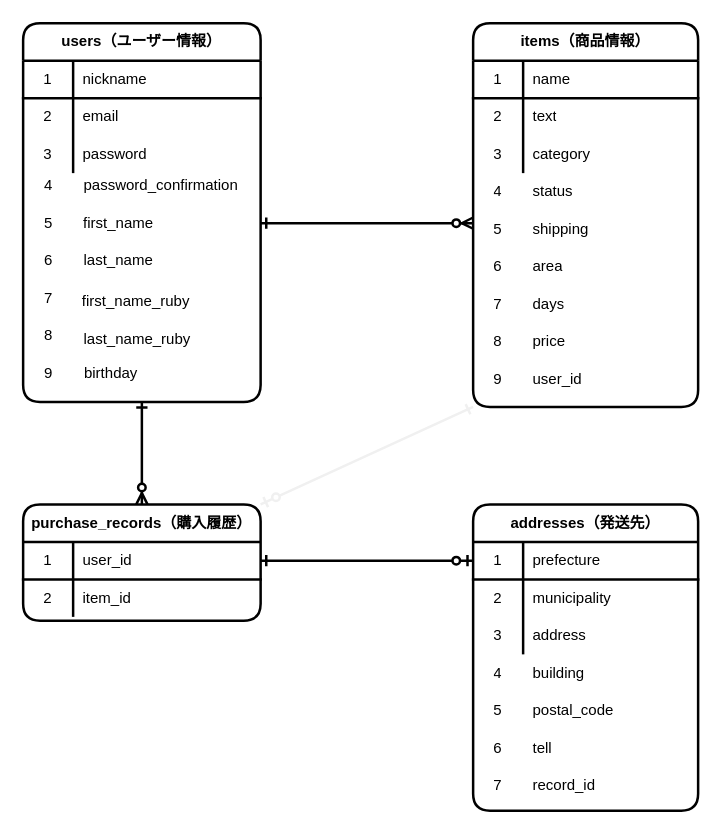
Before: ER.dio in shokun1209/furima-35042, a draw.io diagram. Source tidied: cells renumbered, new cells numbered last; positions are measured from the earlier drawing's top-left corner, leaving out a move shared by most shapes. Both pictures are drawn from the tidied source at 125%, with x=0, y=0 at pixel (22, 22).
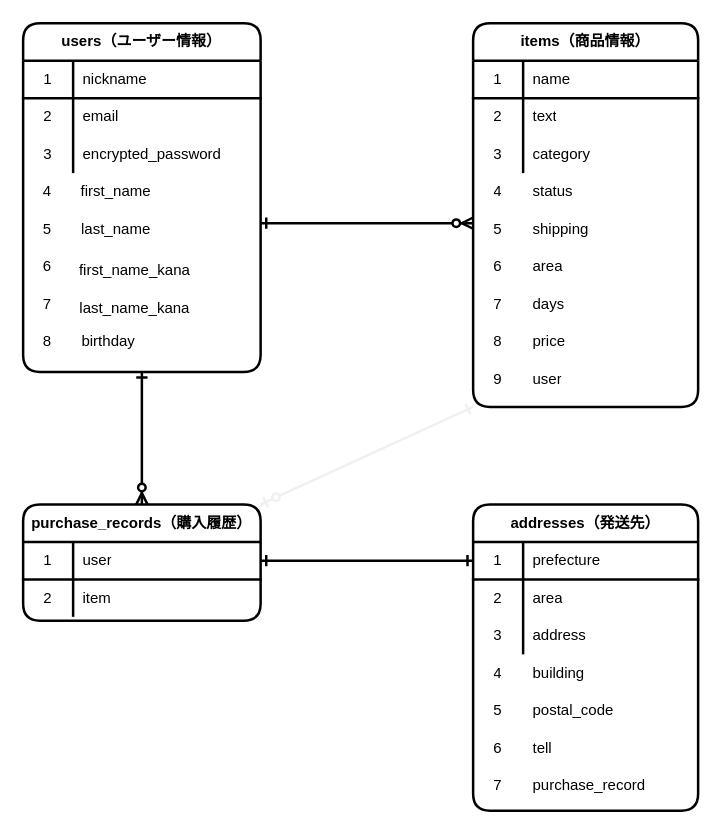
The same page after the edit.

Commit message (it also covers changes not shown here):
データベース設計　指摘箇所修正

The change refers to these unchanged cells:
```xml
<mxCell id="23" style="shape=partialRectangle;html=1;whiteSpace=wrap;top=0;left=0;bottom=0;right=0;fillColor=none;rounded=1;strokeWidth=2;" parent="16" vertex="1">
  <mxGeometry y="90" width="190" height="30" as="geometry" />
</mxCell>
<mxCell id="27" style="shape=partialRectangle;html=1;whiteSpace=wrap;fillColor=none;top=0;left=0;bottom=1;right=0;points=[[0,0.5],[1,0.5]];portConstraint=eastwest;rounded=1;strokeWidth=2;" parent="26" vertex="1">
  <mxGeometry y="30" width="190" height="30" as="geometry" />
</mxCell>
<mxCell id="30" style="shape=partialRectangle;html=1;whiteSpace=wrap;fillColor=none;top=0;left=0;bottom=0;right=0;rounded=1;strokeWidth=2;" parent="26" vertex="1">
  <mxGeometry y="60" width="190" height="30" as="geometry" />
</mxCell>
<mxCell id="58" style="shape=partialRectangle;html=1;whiteSpace=wrap;fillColor=none;top=0;left=0;bottom=1;right=0;points=[[0,0.5],[1,0.5]];portConstraint=eastwest;rounded=1;strokeWidth=2;" parent="57" vertex="1">
  <mxGeometry y="30" width="180" height="30" as="geometry" />
</mxCell>
<mxCell id="61" style="shape=partialRectangle;html=1;whiteSpace=wrap;fillColor=none;top=0;left=0;bottom=0;right=0;rounded=1;strokeWidth=2;" parent="57" vertex="1">
  <mxGeometry y="60" width="180" height="30" as="geometry" />
</mxCell>
```

What changed in the source:
```diff
@@
     <mxCell id="16" value="users（ユーザー情報）" style="shape=table;html=1;whiteSpace=wrap;startSize=30;childLayout=tableLayout;rowLines=0;fontStyle=1;align=center;fillColor=none;rounded=1;strokeWidth=2;" parent="1" vertex="1">
-      <mxGeometry width="190" height="303" as="geometry" />
+      <mxGeometry width="190" height="279" as="geometry" />
     </mxCell>
@@
-    <mxCell id="25" value="password" style="shape=partialRectangle;html=1;whiteSpace=wrap;top=0;left=0;bottom=0;right=0;align=left;spacingLeft=6;overflow=hidden;fillColor=none;rounded=1;strokeWidth=2;" parent="23" vertex="1">
+    <mxCell id="25" value="encrypted_password" style="shape=partialRectangle;html=1;whiteSpace=wrap;top=0;left=0;bottom=0;right=0;align=left;spacingLeft=6;overflow=hidden;fillColor=none;rounded=1;strokeWidth=2;" parent="23" vertex="1">
       <mxGeometry x="40" width="150" height="30" as="geometry" />
     </mxCell>
@@
-    <mxCell id="29" value="user_id" style="shape=partialRectangle;html=1;whiteSpace=wrap;fillColor=none;top=0;left=0;bottom=0;right=0;align=left;spacingLeft=6;overflow=hidden;rounded=1;strokeWidth=2;" parent="27" vertex="1">
+    <mxCell id="29" value="user" style="shape=partialRectangle;html=1;whiteSpace=wrap;fillColor=none;top=0;left=0;bottom=0;right=0;align=left;spacingLeft=6;overflow=hidden;rounded=1;strokeWidth=2;" parent="27" vertex="1">
       <mxGeometry x="40" width="150" height="30" as="geometry" />
     </mxCell>
@@
-    <mxCell id="32" value="item_id" style="shape=partialRectangle;html=1;whiteSpace=wrap;fillColor=none;top=0;left=0;bottom=0;right=0;align=left;spacingLeft=6;overflow=hidden;rounded=1;strokeWidth=2;" parent="30" vertex="1">
+    <mxCell id="32" value="item" style="shape=partialRectangle;html=1;whiteSpace=wrap;fillColor=none;top=0;left=0;bottom=0;right=0;align=left;spacingLeft=6;overflow=hidden;rounded=1;strokeWidth=2;" parent="30" vertex="1">
       <mxGeometry x="40" width="150" height="30" as="geometry" />
     </mxCell>
-    <mxCell id="33" value="4" style="text;html=1;align=center;verticalAlign=middle;rounded=1;strokeWidth=2;" parent="1" vertex="1">
-      <mxGeometry x="10" y="120" width="20" height="20" as="geometry" />
-    </mxCell>
-    <mxCell id="34" value="password_confirmation&lt;br&gt;" style="text;html=1;align=center;verticalAlign=middle;rounded=1;strokeWidth=2;" parent="1" vertex="1">
-      <mxGeometry x="40" y="120" width="140" height="20" as="geometry" />
-    </mxCell>
-    <mxCell id="35" value="5" style="text;html=1;align=center;verticalAlign=middle;rounded=1;strokeWidth=2;" parent="1" vertex="1">
-      <mxGeometry x="10" y="150" width="20" height="20" as="geometry" />
+    <mxCell id="35" value="4" style="text;html=1;align=center;verticalAlign=middle;rounded=1;strokeWidth=2;" parent="1" vertex="1">
+      <mxGeometry x="10" y="125.5" width="17" height="18" as="geometry" />
     </mxCell>
     <mxCell id="36" value="first_name" style="text;html=1;align=center;verticalAlign=middle;rounded=1;strokeWidth=2;" parent="1" vertex="1">
-      <mxGeometry x="43" y="151" width="66" height="18" as="geometry" />
+      <mxGeometry x="41" y="125.5" width="66" height="18" as="geometry" />
     </mxCell>
-    <mxCell id="37" value="6" style="text;html=1;align=center;verticalAlign=middle;rounded=1;strokeWidth=2;" parent="1" vertex="1">
-      <mxGeometry x="10" y="180" width="20" height="20" as="geometry" />
+    <mxCell id="37" value="5" style="text;html=1;align=center;verticalAlign=middle;rounded=1;strokeWidth=2;" parent="1" vertex="1">
+      <mxGeometry x="10" y="155.5" width="17" height="18" as="geometry" />
     </mxCell>
-    <mxCell id="38" value="9" style="text;html=1;align=center;verticalAlign=middle;rounded=1;strokeWidth=2;" parent="1" vertex="1">
-      <mxGeometry x="10" y="270" width="20" height="20" as="geometry" />
+    <mxCell id="38" value="8" style="text;html=1;align=center;verticalAlign=middle;rounded=1;strokeWidth=2;" parent="1" vertex="1">
+      <mxGeometry x="10" y="245.5" width="17" height="18" as="geometry" />
     </mxCell>
     <mxCell id="39" value="last_name" style="text;html=1;align=center;verticalAlign=middle;rounded=1;strokeWidth=2;" parent="1" vertex="1">
-      <mxGeometry x="43" y="181" width="65" height="18" as="geometry" />
+      <mxGeometry x="41" y="155.5" width="65" height="18" as="geometry" />
     </mxCell>
-    <mxCell id="40" value="7" style="text;html=1;align=center;verticalAlign=middle;rounded=1;strokeWidth=2;" parent="1" vertex="1">
-      <mxGeometry x="10" y="210" width="20" height="20" as="geometry" />
+    <mxCell id="40" value="6" style="text;html=1;align=center;verticalAlign=middle;rounded=1;strokeWidth=2;" parent="1" vertex="1">
+      <mxGeometry x="10" y="185.5" width="17" height="18" as="geometry" />
     </mxCell>
-    <mxCell id="41" value="first_name_ruby" style="text;html=1;align=center;verticalAlign=middle;rounded=1;strokeWidth=2;" parent="1" vertex="1">
-      <mxGeometry x="42" y="214" width="96" height="18" as="geometry" />
+    <mxCell id="41" value="first_name_kana" style="text;html=1;align=center;verticalAlign=middle;rounded=1;strokeWidth=2;" parent="1" vertex="1">
+      <mxGeometry x="39" y="188.5" width="99" height="18" as="geometry" />
     </mxCell>
-    <mxCell id="42" value="8" style="text;html=1;align=center;verticalAlign=middle;rounded=1;strokeWidth=2;" parent="1" vertex="1">
-      <mxGeometry x="10" y="240" width="20" height="20" as="geometry" />
+    <mxCell id="42" value="7" style="text;html=1;align=center;verticalAlign=middle;rounded=1;strokeWidth=2;" parent="1" vertex="1">
+      <mxGeometry x="10" y="215.5" width="17" height="18" as="geometry" />
     </mxCell>
-    <mxCell id="43" value="last_name_ruby" style="text;html=1;align=center;verticalAlign=middle;rounded=1;strokeWidth=2;" parent="1" vertex="1">
-      <mxGeometry x="43" y="244" width="95" height="18" as="geometry" />
+    <mxCell id="43" value="last_name_kana" style="text;html=1;align=center;verticalAlign=middle;rounded=1;strokeWidth=2;" parent="1" vertex="1">
+      <mxGeometry x="40" y="218.5" width="98" height="18" as="geometry" />
     </mxCell>
     <mxCell id="44" value="birthday" style="text;html=1;align=center;verticalAlign=middle;rounded=1;strokeWidth=2;" parent="1" vertex="1">
-      <mxGeometry x="40" y="270" width="60" height="20" as="geometry" />
+      <mxGeometry x="38" y="244.5" width="60" height="20" as="geometry" />
     </mxCell>
@@
-    <mxCell id="50" value="user_id" style="shape=partialRectangle;html=1;whiteSpace=wrap;fillColor=none;top=0;left=0;bottom=0;right=0;align=left;spacingLeft=6;overflow=hidden;rounded=1;strokeWidth=2;" parent="1" vertex="1">
+    <mxCell id="50" value="user" style="shape=partialRectangle;html=1;whiteSpace=wrap;fillColor=none;top=0;left=0;bottom=0;right=0;align=left;spacingLeft=6;overflow=hidden;rounded=1;strokeWidth=2;" parent="1" vertex="1">
       <mxGeometry x="400" y="270" width="140" height="30" as="geometry" />
     </mxCell>
@@
-    <mxCell id="63" value="municipality" style="shape=partialRectangle;html=1;whiteSpace=wrap;fillColor=none;top=0;left=0;bottom=0;right=0;align=left;spacingLeft=6;overflow=hidden;rounded=1;strokeWidth=2;" parent="61" vertex="1">
+    <mxCell id="63" value="area" style="shape=partialRectangle;html=1;whiteSpace=wrap;fillColor=none;top=0;left=0;bottom=0;right=0;align=left;spacingLeft=6;overflow=hidden;rounded=1;strokeWidth=2;" parent="61" vertex="1">
       <mxGeometry x="40" width="140" height="30" as="geometry" />
     </mxCell>
@@
-    <mxCell id="74" value="record_id" style="shape=partialRectangle;html=1;whiteSpace=wrap;fillColor=none;top=0;left=0;bottom=0;right=0;align=left;spacingLeft=6;overflow=hidden;rounded=1;strokeWidth=2;" parent="1" vertex="1">
+    <mxCell id="74" value="purchase_record" style="shape=partialRectangle;html=1;whiteSpace=wrap;fillColor=none;top=0;left=0;bottom=0;right=0;align=left;spacingLeft=6;overflow=hidden;rounded=1;strokeWidth=2;" parent="1" vertex="1">
       <mxGeometry x="400" y="595" width="140" height="30" as="geometry" />
     </mxCell>
-    <mxCell id="75" style="edgeStyle=orthogonalEdgeStyle;curved=0;rounded=1;sketch=0;jettySize=auto;html=1;entryX=1;entryY=0.5;entryDx=0;entryDy=0;strokeWidth=2;endArrow=ERone;endFill=0;startArrow=ERzeroToOne;startFill=1;" parent="1" edge="1" source="58" target="27">
-      <mxGeometry relative="1" as="geometry" />
-    </mxCell>
+    <mxCell id="76" style="edgeStyle=orthogonalEdgeStyle;rounded=0;jettySize=auto;html=1;exitX=1;exitY=0.5;exitDx=0;exitDy=0;entryX=0;entryY=0.5;entryDx=0;entryDy=0;strokeWidth=2;endArrow=ERone;endFill=0;startArrow=ERone;startFill=0;" parent="1" edge="1" source="27" target="58">
+      <mxGeometry relative="1" as="geometry" />
+    </mxCell>
```
